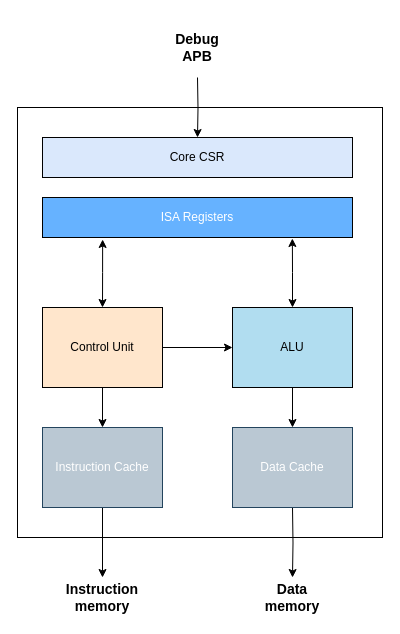
Earlier version of the draw.io diagram page "Overview" (1 of 3) of doc/friscv.drawio (dpretet/friscv). Source tidied: cells renumbered, new cells numbered last; positions are measured from the earlier drawing's top-left corner, leaving out a move shared by most shapes. Both pictures are drawn from the tidied source at 100%, with x=0, y=0 at pixel (17, 27).
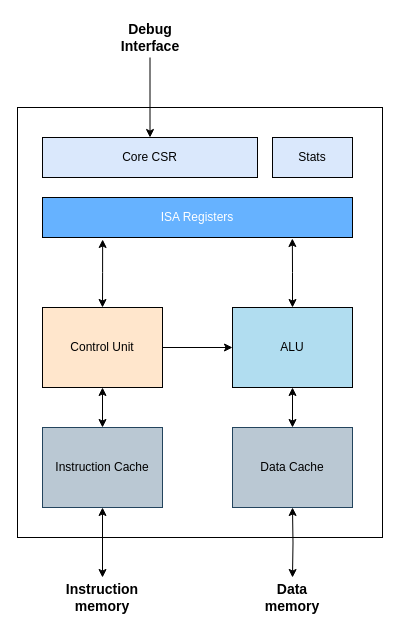
Above is the later version.

Unchanged cells that the change refers to:
```xml
<mxCell id="6" value="ALU" style="rounded=0;whiteSpace=wrap;html=1;fillColor=#b1ddf0;" parent="1" vertex="1">
  <mxGeometry x="215" y="280" width="120" height="80" as="geometry" />
</mxCell>
<mxCell id="10" value="Control Unit" style="rounded=0;whiteSpace=wrap;html=1;fillColor=#FFE6CC;" parent="1" vertex="1">
  <mxGeometry x="25" y="280" width="120" height="80" as="geometry" />
</mxCell>
<mxCell id="14" value="Data memory" style="text;html=1;strokeColor=none;fillColor=none;align=center;verticalAlign=middle;whiteSpace=wrap;rounded=0;fontStyle=1;fontSize=14;" parent="1" vertex="1">
  <mxGeometry x="240" y="550" width="70" height="40" as="geometry" />
</mxCell>
<mxCell id="15" value="Instruction memory" style="text;html=1;strokeColor=none;fillColor=none;align=center;verticalAlign=middle;whiteSpace=wrap;rounded=0;fontStyle=1;fontSize=14;" parent="1" vertex="1">
  <mxGeometry x="50" y="550" width="70" height="40" as="geometry" />
</mxCell>
```

The edit, as a diff of the source:
```diff
@@
-    <mxCell id="3" style="edgeStyle=orthogonalEdgeStyle;rounded=0;jettySize=auto;html=1;startArrow=none;startFill=0;entryX=0.5;entryY=0;entryDx=0;entryDy=0;" parent="1" edge="1" target="14">
+    <mxCell id="3" style="edgeStyle=orthogonalEdgeStyle;rounded=0;jettySize=auto;html=1;startArrow=classic;startFill=1;entryX=0.5;entryY=0;entryDx=0;entryDy=0;" parent="1" edge="1" target="14">
       <mxGeometry relative="1" as="geometry">
         <mxPoint x="275" y="480" as="sourcePoint" />
       </mxGeometry>
     </mxCell>
@@
-    <mxCell id="5" style="edgeStyle=orthogonalEdgeStyle;rounded=0;jettySize=auto;html=1;startArrow=none;startFill=0;fontSize=14;" parent="1" edge="1" source="6" target="20">
+    <mxCell id="5" style="edgeStyle=orthogonalEdgeStyle;rounded=0;jettySize=auto;html=1;startArrow=classic;startFill=1;fontSize=14;" parent="1" edge="1" source="6" target="20">
       <mxGeometry relative="1" as="geometry" />
     </mxCell>
@@
-    <mxCell id="9" style="edgeStyle=orthogonalEdgeStyle;rounded=0;jettySize=auto;html=1;startArrow=none;startFill=0;fontSize=14;" parent="1" edge="1" source="10" target="19">
+    <mxCell id="9" style="edgeStyle=orthogonalEdgeStyle;rounded=0;jettySize=auto;html=1;startArrow=classic;startFill=1;fontSize=14;" parent="1" edge="1" source="10" target="19">
       <mxGeometry relative="1" as="geometry" />
     </mxCell>
@@
-    <mxCell id="11" style="edgeStyle=orthogonalEdgeStyle;rounded=0;jettySize=auto;html=1;entryX=0.5;entryY=0;entryDx=0;entryDy=0;exitX=0.5;exitY=1;exitDx=0;exitDy=0;" parent="1" edge="1" source="19" target="15">
+    <mxCell id="11" style="edgeStyle=orthogonalEdgeStyle;rounded=0;jettySize=auto;html=1;entryX=0.5;entryY=0;entryDx=0;entryDy=0;exitX=0.5;exitY=1;exitDx=0;exitDy=0;startArrow=classic;startFill=1;" parent="1" edge="1" source="19" target="15">
       <mxGeometry relative="1" as="geometry" />
     </mxCell>
@@
-    <mxCell id="16" style="edgeStyle=orthogonalEdgeStyle;rounded=0;jettySize=auto;html=1;exitX=0.5;exitY=0;exitDx=0;exitDy=0;startArrow=none;startFill=0;fontSize=14;entryX=0.5;entryY=0;entryDx=0;entryDy=0;" parent="1" edge="1" target="17">
-      <mxGeometry relative="1" as="geometry">
-        <mxPoint x="180" y="50" as="sourcePoint" />
-      </mxGeometry>
+    <mxCell id="16" style="edgeStyle=orthogonalEdgeStyle;rounded=0;jettySize=auto;html=1;exitX=0.5;exitY=1;exitDx=0;exitDy=0;startArrow=none;startFill=0;fontSize=14;entryX=0.5;entryY=0;entryDx=0;entryDy=0;" parent="1" edge="1" source="18" target="17">
+      <mxGeometry relative="1" as="geometry" />
     </mxCell>
     <mxCell id="17" value="Core CSR" style="rounded=0;whiteSpace=wrap;html=1;fillColor=#dae8fc;" parent="1" vertex="1">
-      <mxGeometry x="25" y="110" width="310" height="40" as="geometry" />
+      <mxGeometry x="25" y="110" width="215" height="40" as="geometry" />
     </mxCell>
-    <mxCell id="18" value="Debug APB" style="text;html=1;strokeColor=none;fillColor=none;align=center;verticalAlign=middle;whiteSpace=wrap;rounded=0;fontStyle=1;fontSize=14;" parent="1" vertex="1">
-      <mxGeometry x="145" width="70" height="40" as="geometry" />
+    <mxCell id="18" value="Debug Interface" style="text;html=1;strokeColor=none;fillColor=none;align=center;verticalAlign=middle;whiteSpace=wrap;rounded=0;fontStyle=1;fontSize=14;" parent="1" vertex="1">
+      <mxGeometry x="97.5" y="-10" width="70" height="40" as="geometry" />
     </mxCell>
-    <mxCell id="19" value="Instruction Cache" style="rounded=0;whiteSpace=wrap;html=1;fillColor=#bac8d3;strokeColor=#23445d;fontColor=#FFFFFF;" parent="1" vertex="1">
+    <mxCell id="19" value="Instruction Cache" style="rounded=0;whiteSpace=wrap;html=1;fillColor=#bac8d3;strokeColor=#23445d;" parent="1" vertex="1">
       <mxGeometry x="25" y="400" width="120" height="80" as="geometry" />
     </mxCell>
-    <mxCell id="20" value="Data Cache" style="rounded=0;whiteSpace=wrap;html=1;fillColor=#bac8d3;strokeColor=#23445d;fontColor=#FFFFFF;" parent="1" vertex="1">
+    <mxCell id="20" value="Data Cache" style="rounded=0;whiteSpace=wrap;html=1;fillColor=#bac8d3;strokeColor=#23445d;" parent="1" vertex="1">
       <mxGeometry x="215" y="400" width="120" height="80" as="geometry" />
     </mxCell>
+    <mxCell id="21" value="Stats" style="rounded=0;whiteSpace=wrap;html=1;fillColor=#dae8fc;" parent="1" vertex="1">
+      <mxGeometry x="255" y="110" width="80" height="40" as="geometry" />
+    </mxCell>
```
